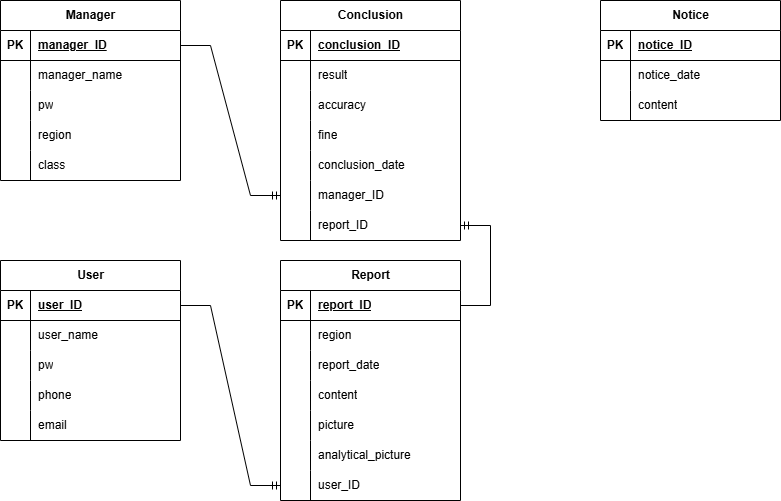
This is Kyonggi Traffic Solution.drawio.png from ParkerQH/Kyonggi-Traffic-Solution_Web, a draw.io export, as it was before one commit. Source tidied: cells renumbered, new cells last; positions are measured from the earlier drawing's top-left corner, leaving out a move shared by most shapes.
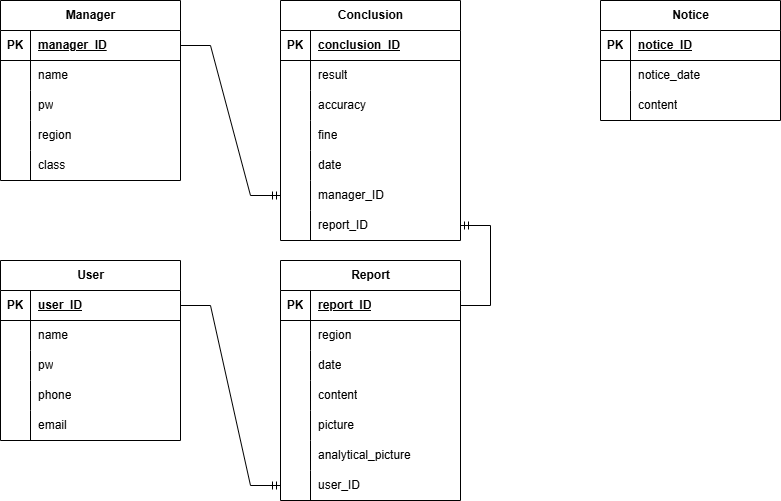
The same file after the commit.

The edit, as a diff of the source:
```diff
@@ -20,7 +20,7 @@
     <mxCell id="7" style="shape=partialRectangle;fillColor=none;top=0;left=0;bottom=0;right=0;overflow=hidden;whiteSpace=wrap;html=1;" parent="6" vertex="1">
       <mxGeometry width="30" height="30" as="geometry" />
     </mxCell>
-    <mxCell id="8" value="manager_name" style="shape=partialRectangle;fillColor=none;top=0;left=0;bottom=0;right=0;align=left;spacingLeft=6;overflow=hidden;whiteSpace=wrap;html=1;" parent="6" vertex="1">
+    <mxCell id="8" value="name" style="shape=partialRectangle;fillColor=none;top=0;left=0;bottom=0;right=0;align=left;spacingLeft=6;overflow=hidden;whiteSpace=wrap;html=1;" parent="6" vertex="1">
       <mxGeometry x="30" width="150" height="30" as="geometry" />
     </mxCell>
     <mxCell id="9" style="shape=tableRow;horizontal=0;startSize=0;swimlaneHead=0;swimlaneBody=0;fillColor=none;top=0;left=0;right=0;bottom=0;" parent="2" vertex="1">
@@ -68,7 +68,7 @@
     <mxCell id="23" style="shape=partialRectangle;fillColor=none;top=0;left=0;bottom=0;right=0;overflow=hidden;whiteSpace=wrap;html=1;" parent="22" vertex="1">
       <mxGeometry width="30" height="30" as="geometry" />
     </mxCell>
-    <mxCell id="24" value="user_name" style="shape=partialRectangle;fillColor=none;top=0;left=0;bottom=0;right=0;align=left;spacingLeft=6;overflow=hidden;whiteSpace=wrap;html=1;" parent="22" vertex="1">
+    <mxCell id="24" value="name" style="shape=partialRectangle;fillColor=none;top=0;left=0;bottom=0;right=0;align=left;spacingLeft=6;overflow=hidden;whiteSpace=wrap;html=1;" parent="22" vertex="1">
       <mxGeometry x="30" width="150" height="30" as="geometry" />
     </mxCell>
     <mxCell id="25" style="shape=tableRow;horizontal=0;startSize=0;swimlaneHead=0;swimlaneBody=0;fillColor=none;top=0;left=0;right=0;bottom=0;" parent="18" vertex="1">
@@ -125,7 +125,7 @@
     <mxCell id="42" style="shape=partialRectangle;fillColor=none;top=0;left=0;bottom=0;right=0;overflow=hidden;whiteSpace=wrap;html=1;" parent="41" vertex="1">
       <mxGeometry width="30" height="30" as="geometry" />
     </mxCell>
-    <mxCell id="43" value="report_date" style="shape=partialRectangle;fillColor=none;top=0;left=0;bottom=0;right=0;align=left;spacingLeft=6;overflow=hidden;whiteSpace=wrap;html=1;" parent="41" vertex="1">
+    <mxCell id="43" value="date" style="shape=partialRectangle;fillColor=none;top=0;left=0;bottom=0;right=0;align=left;spacingLeft=6;overflow=hidden;whiteSpace=wrap;html=1;" parent="41" vertex="1">
       <mxGeometry x="30" width="150" height="30" as="geometry" />
     </mxCell>
     <mxCell id="44" style="shape=tableRow;horizontal=0;startSize=0;swimlaneHead=0;swimlaneBody=0;fillColor=none;top=0;left=0;right=0;bottom=0;" parent="34" vertex="1">
@@ -212,7 +212,7 @@
     <mxCell id="71" style="shape=partialRectangle;fillColor=none;top=0;left=0;bottom=0;right=0;overflow=hidden;whiteSpace=wrap;html=1;" parent="70" vertex="1">
       <mxGeometry width="30" height="30" as="geometry" />
     </mxCell>
-    <mxCell id="72" value="conclusion_date" style="shape=partialRectangle;fillColor=none;top=0;left=0;bottom=0;right=0;align=left;spacingLeft=6;overflow=hidden;whiteSpace=wrap;html=1;" parent="70" vertex="1">
+    <mxCell id="72" value="date" style="shape=partialRectangle;fillColor=none;top=0;left=0;bottom=0;right=0;align=left;spacingLeft=6;overflow=hidden;whiteSpace=wrap;html=1;" parent="70" vertex="1">
       <mxGeometry x="30" width="150" height="30" as="geometry" />
     </mxCell>
     <mxCell id="73" style="shape=tableRow;horizontal=0;startSize=0;swimlaneHead=0;swimlaneBody=0;fillColor=none;points=[[0,0.5],[1,0.5]];portConstraint=eastwest;top=0;left=0;right=0;bottom=0;" parent="57" vertex="1">
```
